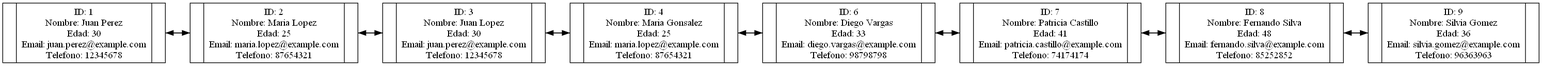
Earlier version of the Graphviz export Reportes/Listas_doblemente_enlazadas.png (202300512DanielH/IPC2_ProyectoVJ2024_21). Its source is kept beside it as Reportes/Listas_doblemente_enlazadas.dot.
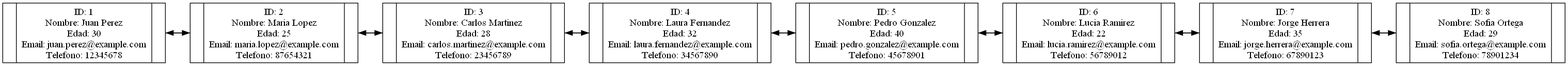
The same diagram one commit later.

The edit, as a diff of the source:
```diff
@@ -2,12 +2,12 @@
         rankdir=LR;
         node [shape = record, height = .1]node0 [label = "{<f1>| ID: 1\nNombre: Juan Perez\nEdad: 30\nEmail: juan.perez@example.com\nTelefono: 12345678|<f2>}"];
 node1 [label = "{<f1>| ID: 2\nNombre: Maria Lopez\nEdad: 25\nEmail: maria.lopez@example.com\nTelefono: 87654321|<f2>}"];
-node2 [label = "{<f1>| ID: 3\nNombre: Juan Lopez\nEdad: 30\nEmail: juan.perez@example.com\nTelefono: 12345678|<f2>}"];
-node3 [label = "{<f1>| ID: 4\nNombre: Maria Gonsalez\nEdad: 25\nEmail: maria.lopez@example.com\nTelefono: 87654321|<f2>}"];
-node4 [label = "{<f1>| ID: 6\nNombre: Diego Vargas\nEdad: 33\nEmail: diego.vargas@example.com\nTelefono: 98798798|<f2>}"];
-node5 [label = "{<f1>| ID: 7\nNombre: Patricia Castillo\nEdad: 41\nEmail: patricia.castillo@example.com\nTelefono: 74174174|<f2>}"];
-node6 [label = "{<f1>| ID: 8\nNombre: Fernando Silva\nEdad: 48\nEmail: fernando.silva@example.com\nTelefono: 85252852|<f2>}"];
-node7 [label = "{<f1>| ID: 9\nNombre: Silvia Gomez\nEdad: 36\nEmail: silvia.gomez@example.com\nTelefono: 96363963|<f2>}"];
+node2 [label = "{<f1>| ID: 3\nNombre: Carlos Martinez\nEdad: 28\nEmail: carlos.martinez@example.com\nTelefono: 23456789|<f2>}"];
+node3 [label = "{<f1>| ID: 4\nNombre: Laura Fernandez\nEdad: 32\nEmail: laura.fernandez@example.com\nTelefono: 34567890|<f2>}"];
+node4 [label = "{<f1>| ID: 5\nNombre: Pedro Gonzalez\nEdad: 40\nEmail: pedro.gonzalez@example.com\nTelefono: 45678901|<f2>}"];
+node5 [label = "{<f1>| ID: 6\nNombre: Lucia Ramirez\nEdad: 22\nEmail: lucia.ramirez@example.com\nTelefono: 56789012|<f2>}"];
+node6 [label = "{<f1>| ID: 7\nNombre: Jorge Herrera\nEdad: 35\nEmail: jorge.herrera@example.com\nTelefono: 67890123|<f2>}"];
+node7 [label = "{<f1>| ID: 8\nNombre: Sofia Ortega\nEdad: 29\nEmail: sofia.ortega@example.com\nTelefono: 78901234|<f2>}"];
 node0:f2 -> node1:f1;
 node1:f1 -> node0:f2;
 node1:f2 -> node2:f1;
```
